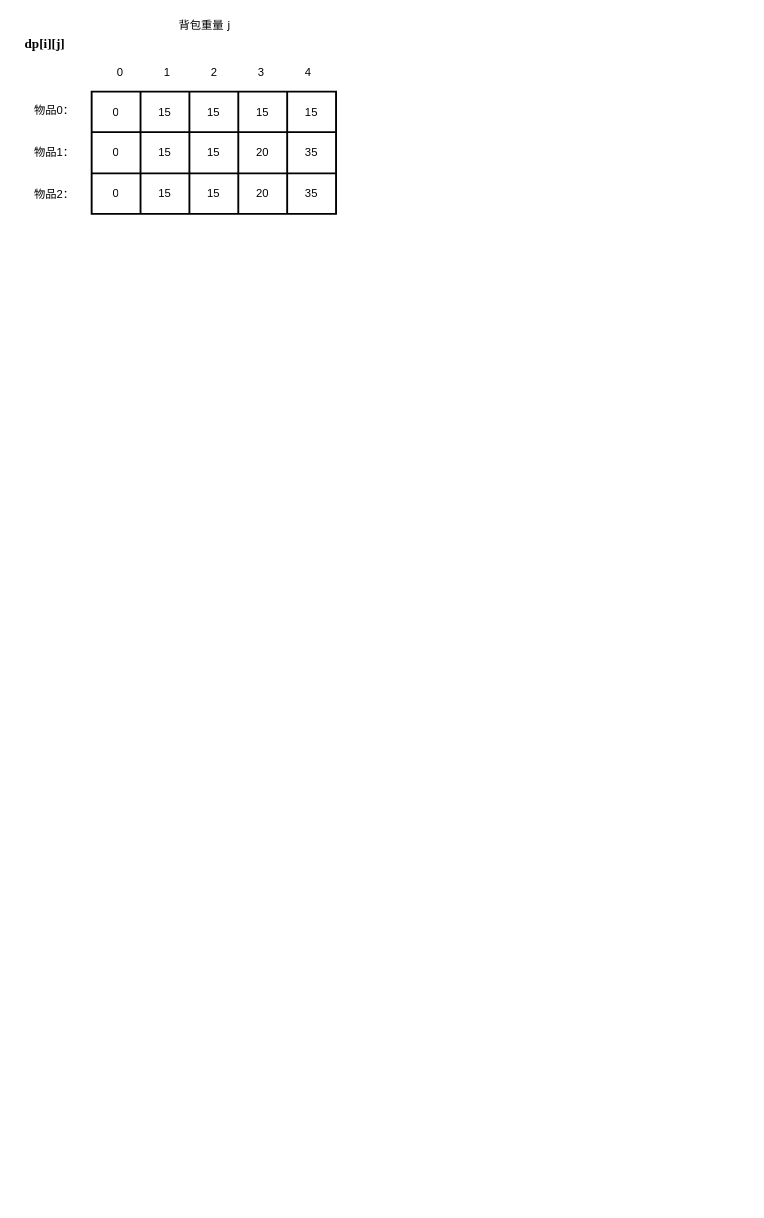
Above: page "数据结构" (5 of 5) of docs/workSpacePic/流程图.drawio in kenlin-00/kendall-cpp-view (draw.io), before the change. Source tidied: cells renumbered, new cells numbered last; positions are measured from the earlier drawing's top-left corner, leaving out a move shared by most shapes. Both pictures are drawn from the tidied source at 94%, with x=0, y=0 at pixel (16, 16).
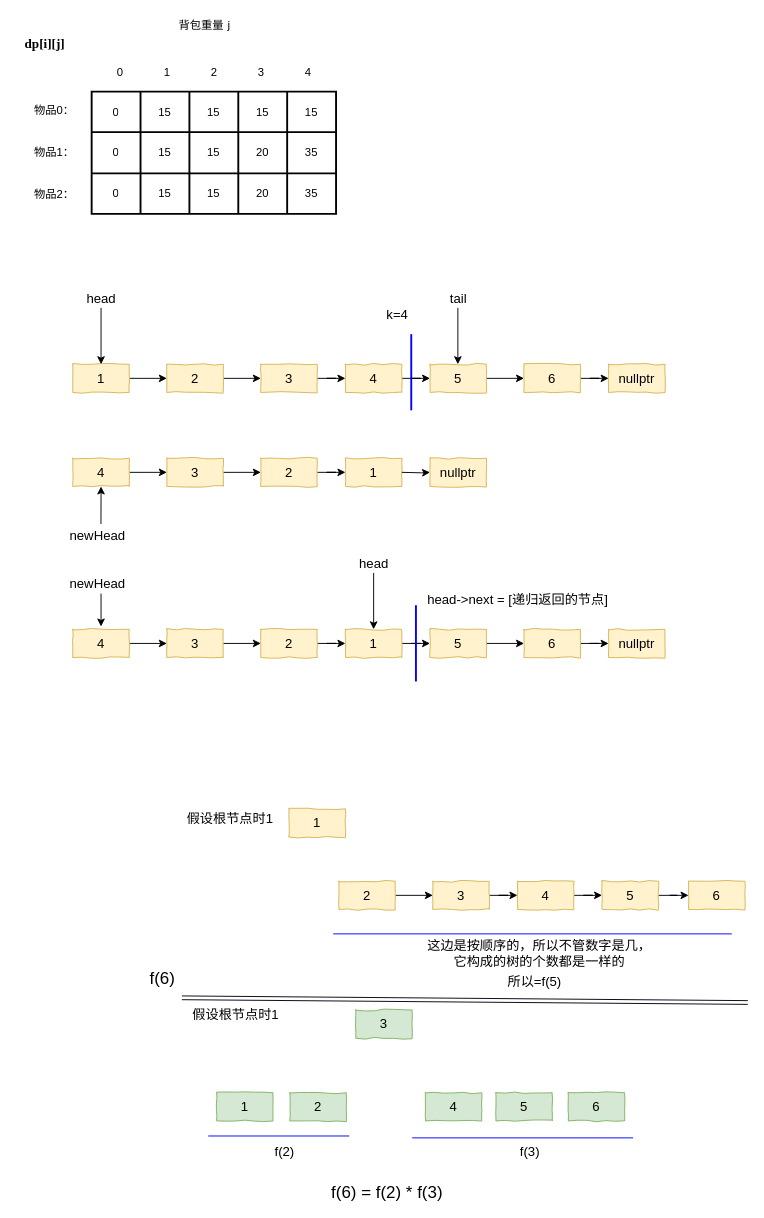
Above is the later version.

The edit, as a diff of the source:
```diff
@@
+    <mxCell id="31" style="edgeStyle=orthogonalEdgeStyle;rounded=0;jettySize=auto;html=1;" parent="1" edge="1" source="32" target="34">
+      <mxGeometry relative="1" as="geometry" />
+    </mxCell>
+    <mxCell id="32" value="&lt;font style=&quot;font-size: 14px&quot;&gt;1&lt;/font&gt;" style="rounded=0;whiteSpace=wrap;html=1;fillColor=#fff2cc;strokeColor=#d6b656;comic=1;" parent="1" vertex="1">
+      <mxGeometry x="60" y="370" width="60" height="30" as="geometry" />
+    </mxCell>
+    <mxCell id="33" style="edgeStyle=orthogonalEdgeStyle;rounded=0;jettySize=auto;html=1;" parent="1" edge="1" source="34" target="36">
+      <mxGeometry relative="1" as="geometry" />
+    </mxCell>
+    <mxCell id="34" value="&lt;font style=&quot;font-size: 14px&quot;&gt;2&lt;/font&gt;" style="rounded=0;whiteSpace=wrap;html=1;fillColor=#fff2cc;strokeColor=#d6b656;comic=1;" parent="1" vertex="1">
+      <mxGeometry x="160" y="370" width="60" height="30" as="geometry" />
+    </mxCell>
+    <mxCell id="35" style="edgeStyle=orthogonalEdgeStyle;rounded=0;jettySize=auto;html=1;" parent="1" edge="1" source="36" target="38">
+      <mxGeometry relative="1" as="geometry" />
+    </mxCell>
+    <mxCell id="36" value="&lt;font style=&quot;font-size: 14px&quot;&gt;3&lt;/font&gt;" style="rounded=0;whiteSpace=wrap;html=1;fillColor=#fff2cc;strokeColor=#d6b656;comic=1;" parent="1" vertex="1">
+      <mxGeometry x="260" y="370" width="60" height="30" as="geometry" />
+    </mxCell>
+    <mxCell id="37" style="edgeStyle=orthogonalEdgeStyle;rounded=0;jettySize=auto;html=1;" parent="1" edge="1" source="38" target="40">
+      <mxGeometry relative="1" as="geometry" />
+    </mxCell>
+    <mxCell id="38" value="&lt;font style=&quot;font-size: 14px&quot;&gt;4&lt;/font&gt;" style="rounded=0;whiteSpace=wrap;html=1;fillColor=#fff2cc;strokeColor=#d6b656;comic=1;" parent="1" vertex="1">
+      <mxGeometry x="350" y="370" width="60" height="30" as="geometry" />
+    </mxCell>
+    <mxCell id="39" style="edgeStyle=orthogonalEdgeStyle;rounded=0;jettySize=auto;html=1;" parent="1" edge="1" source="40" target="42">
+      <mxGeometry relative="1" as="geometry" />
+    </mxCell>
+    <mxCell id="40" value="&lt;font style=&quot;font-size: 14px&quot;&gt;5&lt;/font&gt;" style="rounded=0;whiteSpace=wrap;html=1;fillColor=#fff2cc;strokeColor=#d6b656;comic=1;" parent="1" vertex="1">
+      <mxGeometry x="440" y="370" width="60" height="30" as="geometry" />
+    </mxCell>
+    <mxCell id="41" style="edgeStyle=orthogonalEdgeStyle;rounded=0;jettySize=auto;html=1;" parent="1" edge="1" source="42" target="43">
+      <mxGeometry relative="1" as="geometry" />
+    </mxCell>
+    <mxCell id="42" value="&lt;font style=&quot;font-size: 14px&quot;&gt;6&lt;/font&gt;" style="rounded=0;whiteSpace=wrap;html=1;fillColor=#fff2cc;strokeColor=#d6b656;comic=1;" parent="1" vertex="1">
+      <mxGeometry x="540" y="370" width="60" height="30" as="geometry" />
+    </mxCell>
+    <mxCell id="43" value="&lt;font style=&quot;font-size: 14px&quot;&gt;nullptr&lt;/font&gt;" style="rounded=0;whiteSpace=wrap;html=1;fillColor=#fff2cc;strokeColor=#d6b656;comic=1;" parent="1" vertex="1">
+      <mxGeometry x="630" y="370" width="60" height="30" as="geometry" />
+    </mxCell>
+    <mxCell id="44" value="&lt;font style=&quot;font-size: 14px&quot;&gt;head&lt;/font&gt;" style="text;html=1;align=center;verticalAlign=middle;points=[];" parent="1" vertex="1">
+      <mxGeometry x="65" y="290" width="50" height="20" as="geometry" />
+    </mxCell>
+    <mxCell id="45" style="endArrow=classic;html=1;entryX=0.5;entryY=0;entryDx=0;entryDy=0;" parent="1" edge="1" source="44" target="32">
+      <mxGeometry relative="1" as="geometry" />
+    </mxCell>
+    <mxCell id="46" value="&lt;font style=&quot;font-size: 14px&quot;&gt;tail&lt;/font&gt;" style="text;html=1;align=center;verticalAlign=middle;" parent="1" vertex="1">
+      <mxGeometry x="455" y="290" width="30" height="20" as="geometry" />
+    </mxCell>
+    <mxCell id="47" style="endArrow=classic;html=1;entryX=0.5;entryY=0;entryDx=0;entryDy=0;" parent="1" edge="1">
+      <mxGeometry relative="1" as="geometry">
+        <mxPoint x="469.6" y="310" as="sourcePoint" />
+        <mxPoint x="469.6" y="370" as="targetPoint" />
+      </mxGeometry>
+    </mxCell>
+    <mxCell id="48" style="edgeStyle=orthogonalEdgeStyle;rounded=0;jettySize=auto;html=1;" parent="1" edge="1" source="49" target="51">
+      <mxGeometry relative="1" as="geometry" />
+    </mxCell>
+    <mxCell id="49" value="&lt;font style=&quot;font-size: 14px&quot;&gt;4&lt;/font&gt;" style="rounded=0;whiteSpace=wrap;html=1;fillColor=#fff2cc;strokeColor=#d6b656;comic=1;" parent="1" vertex="1">
+      <mxGeometry x="60" y="470" width="60" height="30" as="geometry" />
+    </mxCell>
+    <mxCell id="50" style="edgeStyle=orthogonalEdgeStyle;rounded=0;jettySize=auto;html=1;" parent="1" edge="1" source="51" target="53">
+      <mxGeometry relative="1" as="geometry" />
+    </mxCell>
+    <mxCell id="51" value="&lt;font style=&quot;font-size: 14px&quot;&gt;3&lt;/font&gt;" style="rounded=0;whiteSpace=wrap;html=1;fillColor=#fff2cc;strokeColor=#d6b656;comic=1;" parent="1" vertex="1">
+      <mxGeometry x="160" y="470" width="60" height="30" as="geometry" />
+    </mxCell>
+    <mxCell id="52" style="edgeStyle=orthogonalEdgeStyle;rounded=0;jettySize=auto;html=1;" parent="1" edge="1" source="53" target="54">
+      <mxGeometry relative="1" as="geometry" />
+    </mxCell>
+    <mxCell id="53" value="&lt;font style=&quot;font-size: 14px&quot;&gt;2&lt;/font&gt;" style="rounded=0;whiteSpace=wrap;html=1;fillColor=#fff2cc;strokeColor=#d6b656;comic=1;" parent="1" vertex="1">
+      <mxGeometry x="260" y="470" width="60" height="30" as="geometry" />
+    </mxCell>
+    <mxCell id="54" value="&lt;font style=&quot;font-size: 14px&quot;&gt;1&lt;/font&gt;" style="rounded=0;whiteSpace=wrap;html=1;fillColor=#fff2cc;strokeColor=#d6b656;comic=1;" parent="1" vertex="1">
+      <mxGeometry x="350" y="470" width="60" height="30" as="geometry" />
+    </mxCell>
+    <mxCell id="55" style="edgeStyle=orthogonalEdgeStyle;rounded=0;jettySize=auto;html=1;" parent="1" edge="1" target="56">
+      <mxGeometry relative="1" as="geometry">
+        <mxPoint x="410" y="485" as="sourcePoint" />
+      </mxGeometry>
+    </mxCell>
+    <mxCell id="56" value="&lt;font style=&quot;font-size: 14px&quot;&gt;nullptr&lt;/font&gt;" style="rounded=0;whiteSpace=wrap;html=1;fillColor=#fff2cc;strokeColor=#d6b656;comic=1;" parent="1" vertex="1">
+      <mxGeometry x="440" y="470" width="60" height="30" as="geometry" />
+    </mxCell>
+    <mxCell id="57" value="&lt;font style=&quot;font-size: 14px&quot;&gt;newHead&lt;/font&gt;" style="text;html=1;align=center;verticalAlign=middle;points=[];" parent="1" vertex="1">
+      <mxGeometry x="51" y="542" width="69" height="19" as="geometry" />
+    </mxCell>
+    <mxCell id="58" style="endArrow=classic;html=1;entryX=0.5;entryY=1;entryDx=0;entryDy=0;exitX=0.564;exitY=-0.109;exitDx=0;exitDy=0;exitPerimeter=0;" parent="1" edge="1" source="57" target="49">
+      <mxGeometry relative="1" as="geometry" />
+    </mxCell>
+    <mxCell id="59" style="endArrow=none;html=1;strokeWidth=2;strokeColor=#0000FF;" parent="1" edge="1">
+      <mxGeometry relative="1" as="geometry">
+        <mxPoint x="420" y="419" as="sourcePoint" />
+        <mxPoint x="420" y="338" as="targetPoint" />
+      </mxGeometry>
+    </mxCell>
+    <mxCell id="60" value="&lt;font style=&quot;font-size: 14px&quot;&gt;k=4&lt;/font&gt;" style="text;html=1;align=center;verticalAlign=middle;" parent="1" vertex="1">
+      <mxGeometry x="388" y="307" width="33" height="19" as="geometry" />
+    </mxCell>
+    <mxCell id="61" style="edgeStyle=orthogonalEdgeStyle;rounded=0;jettySize=auto;html=1;" parent="1" edge="1" source="62" target="64">
+      <mxGeometry relative="1" as="geometry" />
+    </mxCell>
+    <mxCell id="62" value="&lt;font style=&quot;font-size: 14px&quot;&gt;4&lt;/font&gt;" style="rounded=0;whiteSpace=wrap;html=1;fillColor=#fff2cc;strokeColor=#d6b656;comic=1;" parent="1" vertex="1">
+      <mxGeometry x="60" y="652" width="60" height="30" as="geometry" />
+    </mxCell>
+    <mxCell id="63" style="edgeStyle=orthogonalEdgeStyle;rounded=0;jettySize=auto;html=1;" parent="1" edge="1" source="64" target="66">
+      <mxGeometry relative="1" as="geometry" />
+    </mxCell>
+    <mxCell id="64" value="&lt;font style=&quot;font-size: 14px&quot;&gt;3&lt;/font&gt;" style="rounded=0;whiteSpace=wrap;html=1;fillColor=#fff2cc;strokeColor=#d6b656;comic=1;" parent="1" vertex="1">
+      <mxGeometry x="160" y="652" width="60" height="30" as="geometry" />
+    </mxCell>
+    <mxCell id="65" style="edgeStyle=orthogonalEdgeStyle;rounded=0;jettySize=auto;html=1;" parent="1" edge="1" source="66" target="68">
+      <mxGeometry relative="1" as="geometry" />
+    </mxCell>
+    <mxCell id="66" value="&lt;font style=&quot;font-size: 14px&quot;&gt;2&lt;/font&gt;" style="rounded=0;whiteSpace=wrap;html=1;fillColor=#fff2cc;strokeColor=#d6b656;comic=1;" parent="1" vertex="1">
+      <mxGeometry x="260" y="652" width="60" height="30" as="geometry" />
+    </mxCell>
+    <mxCell id="67" style="edgeStyle=orthogonalEdgeStyle;rounded=0;jettySize=auto;html=1;" parent="1" edge="1" source="68" target="70">
+      <mxGeometry relative="1" as="geometry" />
+    </mxCell>
+    <mxCell id="68" value="&lt;font style=&quot;font-size: 14px&quot;&gt;1&lt;/font&gt;" style="rounded=0;whiteSpace=wrap;html=1;fillColor=#fff2cc;strokeColor=#d6b656;comic=1;" parent="1" vertex="1">
+      <mxGeometry x="350" y="652" width="60" height="30" as="geometry" />
+    </mxCell>
+    <mxCell id="69" style="edgeStyle=orthogonalEdgeStyle;rounded=0;jettySize=auto;html=1;" parent="1" edge="1" source="70" target="72">
+      <mxGeometry relative="1" as="geometry" />
+    </mxCell>
+    <mxCell id="70" value="&lt;font style=&quot;font-size: 14px&quot;&gt;5&lt;/font&gt;" style="rounded=0;whiteSpace=wrap;html=1;fillColor=#fff2cc;strokeColor=#d6b656;comic=1;" parent="1" vertex="1">
+      <mxGeometry x="440" y="652" width="60" height="30" as="geometry" />
+    </mxCell>
+    <mxCell id="71" style="edgeStyle=orthogonalEdgeStyle;rounded=0;jettySize=auto;html=1;" parent="1" edge="1" source="72" target="73">
+      <mxGeometry relative="1" as="geometry" />
+    </mxCell>
+    <mxCell id="72" value="&lt;font style=&quot;font-size: 14px&quot;&gt;6&lt;/font&gt;" style="rounded=0;whiteSpace=wrap;html=1;fillColor=#fff2cc;strokeColor=#d6b656;comic=1;" parent="1" vertex="1">
+      <mxGeometry x="540" y="652" width="60" height="30" as="geometry" />
+    </mxCell>
+    <mxCell id="73" value="&lt;font style=&quot;font-size: 14px&quot;&gt;nullptr&lt;/font&gt;" style="rounded=0;whiteSpace=wrap;html=1;fillColor=#fff2cc;strokeColor=#d6b656;comic=1;" parent="1" vertex="1">
+      <mxGeometry x="630" y="652" width="60" height="30" as="geometry" />
+    </mxCell>
+    <mxCell id="74" value="&lt;font style=&quot;font-size: 14px&quot;&gt;head&lt;/font&gt;" style="text;html=1;align=center;verticalAlign=middle;points=[];" parent="1" vertex="1">
+      <mxGeometry x="355" y="572" width="50" height="20" as="geometry" />
+    </mxCell>
+    <mxCell id="75" style="endArrow=classic;html=1;entryX=0.5;entryY=0;entryDx=0;entryDy=0;" parent="1" edge="1" source="74">
+      <mxGeometry relative="1" as="geometry">
+        <mxPoint x="380" y="652" as="targetPoint" />
+      </mxGeometry>
+    </mxCell>
+    <mxCell id="76" style="endArrow=none;html=1;strokeWidth=2;strokeColor=#0000FF;" parent="1" edge="1">
+      <mxGeometry relative="1" as="geometry">
+        <mxPoint x="425" y="707.5" as="sourcePoint" />
+        <mxPoint x="425" y="626.5" as="targetPoint" />
+      </mxGeometry>
+    </mxCell>
+    <mxCell id="77" value="&lt;font style=&quot;font-size: 14px&quot;&gt;newHead&lt;/font&gt;" style="text;html=1;align=center;verticalAlign=middle;" parent="1" vertex="1">
+      <mxGeometry x="51" y="593.5" width="69" height="19" as="geometry" />
+    </mxCell>
+    <mxCell id="78" style="endArrow=classic;html=1;" parent="1" edge="1">
+      <mxGeometry relative="1" as="geometry">
+        <mxPoint x="90" y="614" as="sourcePoint" />
+        <mxPoint x="90" y="649" as="targetPoint" />
+      </mxGeometry>
+    </mxCell>
+    <mxCell id="79" value="&lt;span style=&quot;font-size: 14px&quot;&gt;head-&amp;gt;next = [递归返回的节点]&lt;/span&gt;" style="text;html=1;align=center;verticalAlign=middle;" parent="1" vertex="1">
+      <mxGeometry x="432" y="611" width="202" height="19" as="geometry" />
+    </mxCell>
+    <mxCell id="80" value="&lt;font style=&quot;font-size: 14px&quot;&gt;1&lt;/font&gt;" style="rounded=0;whiteSpace=wrap;html=1;fillColor=#fff2cc;strokeColor=#d6b656;comic=1;" parent="1" vertex="1">
+      <mxGeometry x="290" y="843" width="60" height="30" as="geometry" />
+    </mxCell>
+    <mxCell id="81" style="edgeStyle=orthogonalEdgeStyle;rounded=0;jettySize=auto;html=1;" parent="1" edge="1" source="82" target="84">
+      <mxGeometry relative="1" as="geometry" />
+    </mxCell>
+    <mxCell id="82" value="&lt;font style=&quot;font-size: 14px&quot;&gt;2&lt;/font&gt;" style="rounded=0;whiteSpace=wrap;html=1;fillColor=#fff2cc;strokeColor=#d6b656;comic=1;" parent="1" vertex="1">
+      <mxGeometry x="343" y="920" width="60" height="30" as="geometry" />
+    </mxCell>
+    <mxCell id="83" style="edgeStyle=orthogonalEdgeStyle;rounded=0;jettySize=auto;html=1;" parent="1" edge="1" source="84" target="86">
+      <mxGeometry relative="1" as="geometry" />
+    </mxCell>
+    <mxCell id="84" value="&lt;font style=&quot;font-size: 14px&quot;&gt;3&lt;/font&gt;" style="rounded=0;whiteSpace=wrap;html=1;fillColor=#fff2cc;strokeColor=#d6b656;comic=1;" parent="1" vertex="1">
+      <mxGeometry x="443" y="920" width="60" height="30" as="geometry" />
+    </mxCell>
+    <mxCell id="85" style="edgeStyle=orthogonalEdgeStyle;rounded=0;jettySize=auto;html=1;" parent="1" edge="1" source="86" target="88">
+      <mxGeometry relative="1" as="geometry" />
+    </mxCell>
+    <mxCell id="86" value="&lt;font style=&quot;font-size: 14px&quot;&gt;4&lt;/font&gt;" style="rounded=0;whiteSpace=wrap;html=1;fillColor=#fff2cc;strokeColor=#d6b656;comic=1;" parent="1" vertex="1">
+      <mxGeometry x="533" y="920" width="60" height="30" as="geometry" />
+    </mxCell>
+    <mxCell id="87" style="edgeStyle=orthogonalEdgeStyle;rounded=0;jettySize=auto;html=1;strokeColor=#00000F;" parent="1" edge="1" source="88" target="101">
+      <mxGeometry relative="1" as="geometry" />
+    </mxCell>
+    <mxCell id="88" value="&lt;font style=&quot;font-size: 14px&quot;&gt;5&lt;/font&gt;" style="rounded=0;whiteSpace=wrap;html=1;fillColor=#fff2cc;strokeColor=#d6b656;comic=1;" parent="1" vertex="1">
+      <mxGeometry x="623" y="920" width="60" height="30" as="geometry" />
+    </mxCell>
+    <mxCell id="89" style="endArrow=none;html=1;strokeColor=#0000FF;" parent="1" edge="1">
+      <mxGeometry relative="1" as="geometry">
+        <mxPoint x="337" y="976" as="sourcePoint" />
+        <mxPoint x="761" y="976" as="targetPoint" />
+      </mxGeometry>
+    </mxCell>
+    <mxCell id="90" value="&lt;font style=&quot;font-size: 18px&quot;&gt;f(6)&lt;/font&gt;" style="text;html=1;align=center;verticalAlign=middle;" parent="1" vertex="1">
+      <mxGeometry x="136" y="1014" width="37" height="20" as="geometry" />
+    </mxCell>
+    <mxCell id="91" value="&lt;span style=&quot;font-size: 14px&quot;&gt;假设根节点时1&lt;/span&gt;" style="text;html=1;align=center;verticalAlign=middle;" parent="1" vertex="1">
+      <mxGeometry x="176" y="843" width="102" height="19" as="geometry" />
+    </mxCell>
+    <mxCell id="92" value="&lt;span style=&quot;font-size: 14px&quot;&gt;这边是按顺序的，所以不管数字是几，&lt;br&gt;它构成的树的个数都是一样的&lt;/span&gt;" style="text;html=1;align=center;verticalAlign=middle;" parent="1" vertex="1">
+      <mxGeometry x="432" y="980" width="248" height="34" as="geometry" />
+    </mxCell>
+    <mxCell id="93" value="&lt;span style=&quot;font-size: 14px&quot;&gt;所以=f(5)&lt;/span&gt;" style="text;html=1;align=center;verticalAlign=middle;" parent="1" vertex="1">
+      <mxGeometry x="517" y="1017" width="67" height="19" as="geometry" />
+    </mxCell>
+    <mxCell id="94" value="&lt;font style=&quot;font-size: 14px&quot;&gt;3&lt;/font&gt;" style="rounded=0;whiteSpace=wrap;html=1;fillColor=#d5e8d4;strokeColor=#82b366;comic=1;" parent="1" vertex="1">
+      <mxGeometry x="361" y="1057" width="60" height="30" as="geometry" />
+    </mxCell>
+    <mxCell id="95" value="&lt;span style=&quot;font-size: 14px&quot;&gt;假设根节点时1&lt;/span&gt;" style="text;html=1;align=center;verticalAlign=middle;" parent="1" vertex="1">
+      <mxGeometry x="182" y="1052" width="102" height="19" as="geometry" />
+    </mxCell>
+    <mxCell id="96" value="&lt;font style=&quot;font-size: 14px&quot;&gt;2&lt;/font&gt;" style="rounded=0;whiteSpace=wrap;html=1;fillColor=#d5e8d4;strokeColor=#82b366;comic=1;" parent="1" vertex="1">
+      <mxGeometry x="291" y="1145" width="60" height="30" as="geometry" />
+    </mxCell>
+    <mxCell id="97" value="&lt;span style=&quot;font-size: 14px&quot;&gt;1&lt;/span&gt;" style="rounded=0;whiteSpace=wrap;html=1;fillColor=#d5e8d4;strokeColor=#82b366;comic=1;" parent="1" vertex="1">
+      <mxGeometry x="213" y="1145" width="60" height="30" as="geometry" />
+    </mxCell>
+    <mxCell id="98" value="&lt;font style=&quot;font-size: 14px&quot;&gt;4&lt;/font&gt;" style="rounded=0;whiteSpace=wrap;html=1;fillColor=#d5e8d4;strokeColor=#82b366;comic=1;" parent="1" vertex="1">
+      <mxGeometry x="435" y="1145" width="60" height="30" as="geometry" />
+    </mxCell>
+    <mxCell id="99" value="&lt;font style=&quot;font-size: 14px&quot;&gt;5&lt;/font&gt;" style="rounded=0;whiteSpace=wrap;html=1;fillColor=#d5e8d4;strokeColor=#82b366;comic=1;" parent="1" vertex="1">
+      <mxGeometry x="510" y="1145" width="60" height="30" as="geometry" />
+    </mxCell>
+    <mxCell id="100" value="&lt;font style=&quot;font-size: 14px&quot;&gt;6&lt;/font&gt;" style="rounded=0;whiteSpace=wrap;html=1;fillColor=#d5e8d4;strokeColor=#82b366;comic=1;" parent="1" vertex="1">
+      <mxGeometry x="587" y="1145" width="60" height="30" as="geometry" />
+    </mxCell>
+    <mxCell id="101" value="&lt;font style=&quot;font-size: 14px&quot;&gt;6&lt;/font&gt;" style="rounded=0;whiteSpace=wrap;html=1;fillColor=#fff2cc;strokeColor=#d6b656;comic=1;" parent="1" vertex="1">
+      <mxGeometry x="715" y="920" width="60" height="30" as="geometry" />
+    </mxCell>
+    <mxCell id="102" style="endArrow=none;html=1;strokeColor=#0000FF;" parent="1" edge="1">
+      <mxGeometry relative="1" as="geometry">
+        <mxPoint x="421" y="1193" as="sourcePoint" />
+        <mxPoint x="656" y="1193" as="targetPoint" />
+      </mxGeometry>
+    </mxCell>
+    <mxCell id="103" style="endArrow=none;html=1;strokeColor=#0000FF;" parent="1" edge="1">
+      <mxGeometry relative="1" as="geometry">
+        <mxPoint x="204" y="1191" as="sourcePoint" />
+        <mxPoint x="354" y="1191" as="targetPoint" />
+      </mxGeometry>
+    </mxCell>
+    <mxCell id="104" value="&lt;span style=&quot;font-size: 14px&quot;&gt;f(2)&lt;/span&gt;" style="text;html=1;align=center;verticalAlign=middle;" parent="1" vertex="1">
+      <mxGeometry x="269" y="1198" width="31" height="19" as="geometry" />
+    </mxCell>
+    <mxCell id="105" value="&lt;span style=&quot;font-size: 14px&quot;&gt;f(3)&lt;/span&gt;" style="text;html=1;align=center;verticalAlign=middle;" parent="1" vertex="1">
+      <mxGeometry x="530" y="1198" width="31" height="19" as="geometry" />
+    </mxCell>
+    <mxCell id="106" value="&lt;font style=&quot;font-size: 18px&quot;&gt;f(6) = f(2) * f(3)&lt;/font&gt;" style="text;html=1;align=center;verticalAlign=middle;dashed=1;" parent="1" vertex="1">
+      <mxGeometry x="329" y="1241" width="129" height="20" as="geometry" />
+    </mxCell>
+    <mxCell id="107" style="shape=link;html=1;strokeColor=#00000F;" parent="1" edge="1">
+      <mxGeometry relative="1" as="geometry">
+        <mxPoint x="176" y="1044" as="sourcePoint" />
+        <mxPoint x="778" y="1049" as="targetPoint" />
+      </mxGeometry>
+    </mxCell>
```
